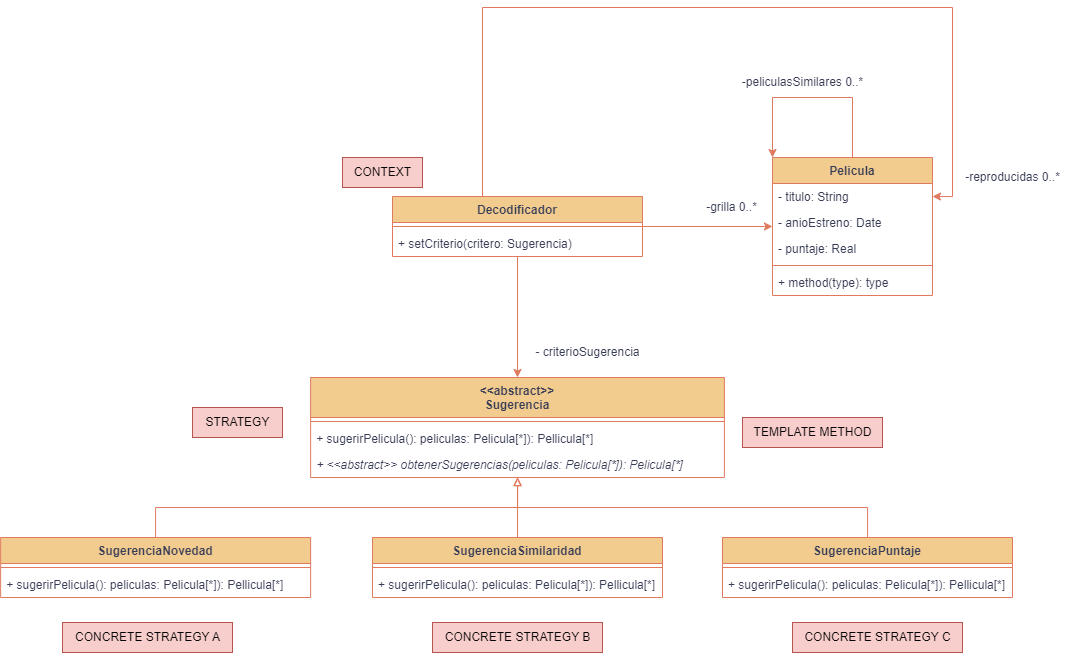
This is PRACTICAS/UML/Punto12-UML.png from agusrnfr/OO2, a draw.io export, as it was before one commit. Source tidied: cells renumbered, new cells last; positions are measured from the earlier drawing's top-left corner, leaving out a move shared by most shapes.
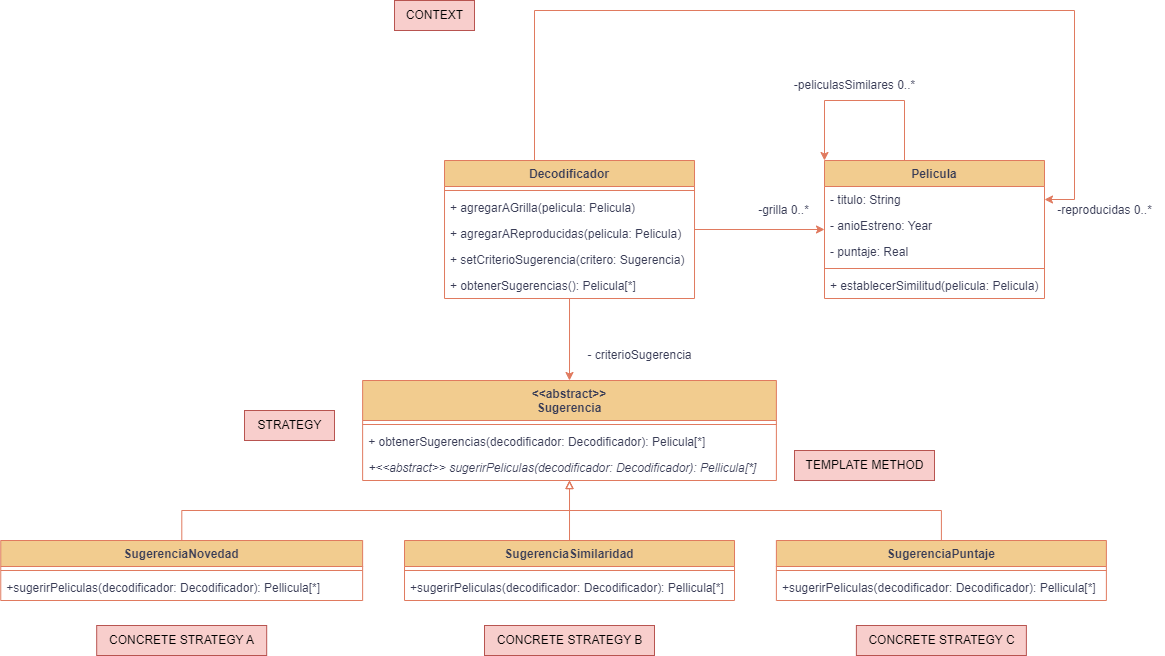
Above is the later version.

The edit, as a diff of the source:
```diff
@@ -9,8 +9,8 @@
       <mxGeometry relative="1" as="geometry">
         <Array as="points">
           <mxPoint x="482" />
-          <mxPoint x="952" />
-          <mxPoint x="952" y="189" />
+          <mxPoint x="1022" />
+          <mxPoint x="1022" y="189" />
         </Array>
       </mxGeometry>
     </mxCell>
@@ -18,31 +18,40 @@
       <mxGeometry relative="1" as="geometry" />
     </mxCell>
     <mxCell id="5" value="Decodificador" style="swimlane;fontStyle=1;align=center;verticalAlign=top;horizontal=1;startSize=26;labelBackgroundColor=none;fillColor=#F2CC8F;strokeColor=#E07A5F;fontColor=#393C56;" parent="1" vertex="1">
-      <mxGeometry x="392" y="189" width="250" height="60" as="geometry" />
+      <mxGeometry x="392" y="150" width="250" height="138" as="geometry" />
     </mxCell>
     <mxCell id="6" style="line;strokeWidth=1;fillColor=none;align=left;verticalAlign=middle;spacingTop=-1;spacingLeft=3;spacingRight=3;labelPosition=right;strokeColor=#E07A5F;labelBackgroundColor=none;fontColor=#393C56;" parent="5" vertex="1">
       <mxGeometry y="26" width="250" height="8" as="geometry" />
     </mxCell>
+    <mxCell id="41" value="+ agregarAGrilla(pelicula: Pelicula)" style="text;strokeColor=none;fillColor=none;align=left;verticalAlign=top;spacingLeft=4;spacingRight=4;overflow=hidden;fontStyle=0;labelBackgroundColor=none;fontColor=#393C56;" parent="5" vertex="1">
+      <mxGeometry y="34" width="250" height="26" as="geometry" />
+    </mxCell>
+    <mxCell id="42" value="+ agregarAReproducidas(pelicula: Pelicula)" style="text;strokeColor=none;fillColor=none;align=left;verticalAlign=top;spacingLeft=4;spacingRight=4;overflow=hidden;fontStyle=0;labelBackgroundColor=none;fontColor=#393C56;" parent="5" vertex="1">
+      <mxGeometry y="60" width="250" height="26" as="geometry" />
+    </mxCell>
-    <mxCell id="7" value="+ setCriterio(critero: Sugerencia)" style="text;strokeColor=none;fillColor=none;align=left;verticalAlign=top;spacingLeft=4;spacingRight=4;overflow=hidden;labelBackgroundColor=none;fontColor=#393C56;" parent="5" vertex="1">
-      <mxGeometry y="34" width="250" height="26" as="geometry" />
+    <mxCell id="7" value="+ setCriterioSugerencia(critero: Sugerencia)" style="text;strokeColor=none;fillColor=none;align=left;verticalAlign=top;spacingLeft=4;spacingRight=4;overflow=hidden;labelBackgroundColor=none;fontColor=#393C56;" parent="5" vertex="1">
+      <mxGeometry y="86" width="250" height="26" as="geometry" />
     </mxCell>
+    <mxCell id="43" value="+ obtenerSugerencias(): Pelicula[*]" style="text;strokeColor=none;fillColor=none;align=left;verticalAlign=top;spacingLeft=4;spacingRight=4;overflow=hidden;fontStyle=0;labelBackgroundColor=none;fontColor=#393C56;" parent="5" vertex="1">
+      <mxGeometry y="112" width="250" height="26" as="geometry" />
+    </mxCell>
     <mxCell id="8" value="Pelicula" style="swimlane;fontStyle=1;align=center;verticalAlign=top;horizontal=1;startSize=26;labelBackgroundColor=none;fillColor=#F2CC8F;strokeColor=#E07A5F;fontColor=#393C56;" parent="1" vertex="1">
-      <mxGeometry x="772" y="150" width="160" height="138" as="geometry" />
+      <mxGeometry x="772" y="150" width="220" height="138" as="geometry" />
     </mxCell>
     <mxCell id="9" value="- titulo: String" style="text;strokeColor=none;fillColor=none;align=left;verticalAlign=top;spacingLeft=4;spacingRight=4;overflow=hidden;points=[[0,0.5],[1,0.5]];portConstraint=eastwest;labelBackgroundColor=none;fontColor=#393C56;" parent="8" vertex="1">
-      <mxGeometry y="26" width="160" height="26" as="geometry" />
+      <mxGeometry y="26" width="220" height="26" as="geometry" />
     </mxCell>
-    <mxCell id="10" value="- anioEstreno: Date" style="text;strokeColor=none;fillColor=none;align=left;verticalAlign=top;spacingLeft=4;spacingRight=4;overflow=hidden;labelBackgroundColor=none;fontColor=#393C56;" parent="8" vertex="1">
-      <mxGeometry y="52" width="160" height="26" as="geometry" />
+    <mxCell id="10" value="- anioEstreno: Year" style="text;strokeColor=none;fillColor=none;align=left;verticalAlign=top;spacingLeft=4;spacingRight=4;overflow=hidden;labelBackgroundColor=none;fontColor=#393C56;" parent="8" vertex="1">
+      <mxGeometry y="52" width="220" height="26" as="geometry" />
     </mxCell>
     <mxCell id="11" value="- puntaje: Real" style="text;strokeColor=none;fillColor=none;align=left;verticalAlign=top;spacingLeft=4;spacingRight=4;overflow=hidden;labelBackgroundColor=none;fontColor=#393C56;" parent="8" vertex="1">
-      <mxGeometry y="78" width="160" height="26" as="geometry" />
+      <mxGeometry y="78" width="220" height="26" as="geometry" />
     </mxCell>
     <mxCell id="12" style="line;strokeWidth=1;fillColor=none;align=left;verticalAlign=middle;spacingTop=-1;spacingLeft=3;spacingRight=3;labelPosition=right;strokeColor=#E07A5F;labelBackgroundColor=none;fontColor=#393C56;" parent="8" vertex="1">
-      <mxGeometry y="104" width="160" height="8" as="geometry" />
+      <mxGeometry y="104" width="220" height="8" as="geometry" />
     </mxCell>
-    <mxCell id="13" value="+ method(type): type" style="text;strokeColor=none;fillColor=none;align=left;verticalAlign=top;spacingLeft=4;spacingRight=4;overflow=hidden;labelBackgroundColor=none;fontColor=#393C56;" parent="8" vertex="1">
-      <mxGeometry y="112" width="160" height="26" as="geometry" />
+    <mxCell id="13" value="+ establecerSimilitud(pelicula: Pelicula)" style="text;strokeColor=none;fillColor=none;align=left;verticalAlign=top;spacingLeft=4;spacingRight=4;overflow=hidden;labelBackgroundColor=none;fontColor=#393C56;" parent="8" vertex="1">
+      <mxGeometry y="112" width="220" height="26" as="geometry" />
     </mxCell>
     <mxCell id="14" style="edgeStyle=orthogonalEdgeStyle;rounded=0;orthogonalLoop=1;jettySize=auto;html=1;entryX=0;entryY=0;entryDx=0;entryDy=0;labelBackgroundColor=none;strokeColor=#E07A5F;fontColor=default;" parent="1" edge="1" source="8" target="8">
       <mxGeometry relative="1" as="geometry">
@@ -59,7 +68,7 @@
       <mxGeometry x="696" y="185" width="70" height="30" as="geometry" />
     </mxCell>
     <mxCell id="17" value="-reproducidas 0..*" style="text;html=1;align=center;verticalAlign=middle;strokeColor=none;fillColor=none;labelBackgroundColor=none;fontColor=#393C56;" parent="1" vertex="1">
-      <mxGeometry x="952" y="155" width="120" height="30" as="geometry" />
+      <mxGeometry x="992" y="185" width="120" height="30" as="geometry" />
     </mxCell>
     <mxCell id="18" value="&lt;&lt;abstract&gt;&gt;&#10;Sugerencia" style="swimlane;fontStyle=1;align=center;verticalAlign=top;horizontal=1;startSize=40;labelBackgroundColor=none;fillColor=#F2CC8F;strokeColor=#E07A5F;fontColor=#393C56;" parent="1" vertex="1">
       <mxGeometry x="310.1" y="370" width="413.8" height="100" as="geometry" />
@@ -67,68 +76,68 @@
     <mxCell id="19" style="line;strokeWidth=1;fillColor=none;align=left;verticalAlign=middle;spacingTop=-1;spacingLeft=3;spacingRight=3;labelPosition=right;strokeColor=#E07A5F;labelBackgroundColor=none;fontColor=#393C56;" parent="18" vertex="1">
       <mxGeometry y="40" width="413.8" height="8" as="geometry" />
     </mxCell>
+    <mxCell id="21" value="+ obtenerSugerencias(decodificador: Decodificador): Pelicula[*]" style="text;strokeColor=none;fillColor=none;align=left;verticalAlign=top;spacingLeft=4;spacingRight=4;overflow=hidden;fontStyle=0;labelBackgroundColor=none;fontColor=#393C56;" parent="18" vertex="1">
+      <mxGeometry y="48" width="413.8" height="26" as="geometry" />
+    </mxCell>
-    <mxCell id="20" value="+ sugerirPelicula(): peliculas: Pelicula[*]): Pellicula[*]" style="text;strokeColor=none;fillColor=none;align=left;verticalAlign=top;spacingLeft=4;spacingRight=4;overflow=hidden;labelBackgroundColor=none;fontColor=#393C56;" parent="18" vertex="1">
-      <mxGeometry y="48" width="413.8" height="26" as="geometry" />
+    <mxCell id="20" value="+&lt;&lt;abstract&gt;&gt; sugerirPeliculas(decodificador: Decodificador): Pellicula[*]" style="text;strokeColor=none;fillColor=none;align=left;verticalAlign=top;spacingLeft=4;spacingRight=4;overflow=hidden;labelBackgroundColor=none;fontColor=#393C56;fontStyle=2;" parent="18" vertex="1">
+      <mxGeometry y="74" width="413.8" height="26" as="geometry" />
     </mxCell>
-    <mxCell id="21" value="+ &lt;&lt;abstract&gt;&gt; obtenerSugerencias(peliculas: Pelicula[*]): Pelicula[*]" style="text;strokeColor=none;fillColor=none;align=left;verticalAlign=top;spacingLeft=4;spacingRight=4;overflow=hidden;fontStyle=2;labelBackgroundColor=none;fontColor=#393C56;" parent="18" vertex="1">
-      <mxGeometry y="74" width="413.8" height="26" as="geometry" />
-    </mxCell>
     <mxCell id="22" style="edgeStyle=orthogonalEdgeStyle;rounded=0;jettySize=auto;html=1;endArrow=block;endFill=0;labelBackgroundColor=none;strokeColor=#E07A5F;fontColor=default;" parent="1" edge="1" source="23" target="18">
       <mxGeometry relative="1" as="geometry" />
     </mxCell>
     <mxCell id="23" value="SugerenciaNovedad" style="swimlane;fontStyle=1;align=center;verticalAlign=top;horizontal=1;startSize=26;labelBackgroundColor=none;fillColor=#F2CC8F;strokeColor=#E07A5F;fontColor=#393C56;" parent="1" vertex="1">
-      <mxGeometry x="0.1" y="530" width="310" height="60" as="geometry" />
+      <mxGeometry x="-51.7" y="530" width="361.9" height="60" as="geometry" />
     </mxCell>
     <mxCell id="24" style="line;strokeWidth=1;fillColor=none;align=left;verticalAlign=middle;spacingTop=-1;spacingLeft=3;spacingRight=3;labelPosition=right;strokeColor=#E07A5F;labelBackgroundColor=none;fontColor=#393C56;" parent="23" vertex="1">
-      <mxGeometry y="26" width="310" height="8" as="geometry" />
+      <mxGeometry y="26" width="361.9" height="8" as="geometry" />
     </mxCell>
-    <mxCell id="25" value="+ sugerirPelicula(): peliculas: Pelicula[*]): Pellicula[*]" style="text;strokeColor=none;fillColor=none;align=left;verticalAlign=top;spacingLeft=4;spacingRight=4;overflow=hidden;labelBackgroundColor=none;fontColor=#393C56;" parent="23" vertex="1">
-      <mxGeometry y="34" width="310" height="26" as="geometry" />
-    </mxCell>
+    <mxCell id="44" value="+sugerirPeliculas(decodificador: Decodificador): Pellicula[*]" style="text;strokeColor=none;fillColor=none;align=left;verticalAlign=top;spacingLeft=4;spacingRight=4;overflow=hidden;labelBackgroundColor=none;fontColor=#393C56;fontStyle=0;" parent="23" vertex="1">
+      <mxGeometry y="34" width="361.9" height="26" as="geometry" />
+    </mxCell>
     <mxCell id="26" style="edgeStyle=orthogonalEdgeStyle;rounded=0;jettySize=auto;html=1;endArrow=block;endFill=0;labelBackgroundColor=none;strokeColor=#E07A5F;fontColor=default;" parent="1" edge="1" source="27" target="18">
       <mxGeometry relative="1" as="geometry" />
     </mxCell>
     <mxCell id="27" value="SugerenciaSimilaridad" style="swimlane;fontStyle=1;align=center;verticalAlign=top;horizontal=1;startSize=26;labelBackgroundColor=none;fillColor=#F2CC8F;strokeColor=#E07A5F;fontColor=#393C56;" parent="1" vertex="1">
-      <mxGeometry x="372" y="530" width="290" height="60" as="geometry" />
+      <mxGeometry x="352" y="530" width="330" height="60" as="geometry" />
     </mxCell>
     <mxCell id="28" style="line;strokeWidth=1;fillColor=none;align=left;verticalAlign=middle;spacingTop=-1;spacingLeft=3;spacingRight=3;labelPosition=right;strokeColor=#E07A5F;labelBackgroundColor=none;fontColor=#393C56;" parent="27" vertex="1">
-      <mxGeometry y="26" width="290" height="8" as="geometry" />
+      <mxGeometry y="26" width="330" height="8" as="geometry" />
     </mxCell>
-    <mxCell id="29" value="+ sugerirPelicula(): peliculas: Pelicula[*]): Pellicula[*]" style="text;strokeColor=none;fillColor=none;align=left;verticalAlign=top;spacingLeft=4;spacingRight=4;overflow=hidden;labelBackgroundColor=none;fontColor=#393C56;" parent="27" vertex="1">
-      <mxGeometry y="34" width="290" height="26" as="geometry" />
-    </mxCell>
+    <mxCell id="45" value="+sugerirPeliculas(decodificador: Decodificador): Pellicula[*]" style="text;strokeColor=none;fillColor=none;align=left;verticalAlign=top;spacingLeft=4;spacingRight=4;overflow=hidden;labelBackgroundColor=none;fontColor=#393C56;fontStyle=0;" parent="27" vertex="1">
+      <mxGeometry y="34" width="330" height="26" as="geometry" />
+    </mxCell>
     <mxCell id="30" style="edgeStyle=orthogonalEdgeStyle;rounded=0;jettySize=auto;html=1;endArrow=block;endFill=0;labelBackgroundColor=none;strokeColor=#E07A5F;fontColor=default;" parent="1" edge="1" source="31" target="18">
       <mxGeometry relative="1" as="geometry" />
     </mxCell>
     <mxCell id="31" value="SugerenciaPuntaje" style="swimlane;fontStyle=1;align=center;verticalAlign=top;horizontal=1;startSize=26;labelBackgroundColor=none;fillColor=#F2CC8F;strokeColor=#E07A5F;fontColor=#393C56;" parent="1" vertex="1">
-      <mxGeometry x="722" y="530" width="290" height="60" as="geometry" />
+      <mxGeometry x="723.9" y="530" width="330" height="60" as="geometry" />
     </mxCell>
     <mxCell id="32" style="line;strokeWidth=1;fillColor=none;align=left;verticalAlign=middle;spacingTop=-1;spacingLeft=3;spacingRight=3;labelPosition=right;strokeColor=#E07A5F;labelBackgroundColor=none;fontColor=#393C56;" parent="31" vertex="1">
-      <mxGeometry y="26" width="290" height="8" as="geometry" />
+      <mxGeometry y="26" width="330" height="8" as="geometry" />
     </mxCell>
-    <mxCell id="33" value="+ sugerirPelicula(): peliculas: Pelicula[*]): Pellicula[*]" style="text;strokeColor=none;fillColor=none;align=left;verticalAlign=top;spacingLeft=4;spacingRight=4;overflow=hidden;labelBackgroundColor=none;fontColor=#393C56;" parent="31" vertex="1">
-      <mxGeometry y="34" width="290" height="26" as="geometry" />
-    </mxCell>
+    <mxCell id="46" value="+sugerirPeliculas(decodificador: Decodificador): Pellicula[*]" style="text;strokeColor=none;fillColor=none;align=left;verticalAlign=top;spacingLeft=4;spacingRight=4;overflow=hidden;labelBackgroundColor=none;fontColor=#393C56;fontStyle=0;" parent="31" vertex="1">
+      <mxGeometry y="34" width="330" height="26" as="geometry" />
+    </mxCell>
     <mxCell id="34" value="- criterioSugerencia" style="text;html=1;align=center;verticalAlign=middle;strokeColor=none;fillColor=none;labelBackgroundColor=none;fontColor=#393C56;" parent="1" vertex="1">
       <mxGeometry x="522" y="330" width="130" height="30" as="geometry" />
     </mxCell>
     <mxCell id="35" value="TEMPLATE METHOD" style="text;html=1;align=center;verticalAlign=middle;strokeColor=#b85450;fillColor=#f8cecc;labelBackgroundColor=none;" parent="1" vertex="1">
-      <mxGeometry x="742" y="410" width="140" height="30" as="geometry" />
+      <mxGeometry x="742" y="440" width="140" height="30" as="geometry" />
     </mxCell>
     <mxCell id="36" value="CONTEXT" style="text;html=1;align=center;verticalAlign=middle;strokeColor=#b85450;fillColor=#f8cecc;labelBackgroundColor=none;" parent="1" vertex="1">
-      <mxGeometry x="342" y="150" width="80" height="30" as="geometry" />
+      <mxGeometry x="342" y="-10" width="80" height="30" as="geometry" />
     </mxCell>
     <mxCell id="37" value="STRATEGY" style="text;html=1;align=center;verticalAlign=middle;strokeColor=#b85450;fillColor=#f8cecc;labelBackgroundColor=none;" parent="1" vertex="1">
       <mxGeometry x="192" y="400" width="90" height="30" as="geometry" />
     </mxCell>
     <mxCell id="38" value="CONCRETE STRATEGY A" style="text;html=1;align=center;verticalAlign=middle;strokeColor=#b85450;fillColor=#f8cecc;labelBackgroundColor=none;" parent="1" vertex="1">
-      <mxGeometry x="62" y="615" width="170" height="30" as="geometry" />
+      <mxGeometry x="44.2" y="615" width="170" height="30" as="geometry" />
     </mxCell>
     <mxCell id="39" value="CONCRETE STRATEGY B" style="text;html=1;align=center;verticalAlign=middle;strokeColor=#b85450;fillColor=#f8cecc;labelBackgroundColor=none;" parent="1" vertex="1">
       <mxGeometry x="432" y="615" width="170" height="30" as="geometry" />
     </mxCell>
     <mxCell id="40" value="CONCRETE STRATEGY C" style="text;html=1;align=center;verticalAlign=middle;strokeColor=#b85450;fillColor=#f8cecc;labelBackgroundColor=none;" parent="1" vertex="1">
-      <mxGeometry x="792" y="615" width="170" height="30" as="geometry" />
+      <mxGeometry x="803.9" y="615" width="170" height="30" as="geometry" />
     </mxCell>
   </root>
 </mxGraphModel>
```
